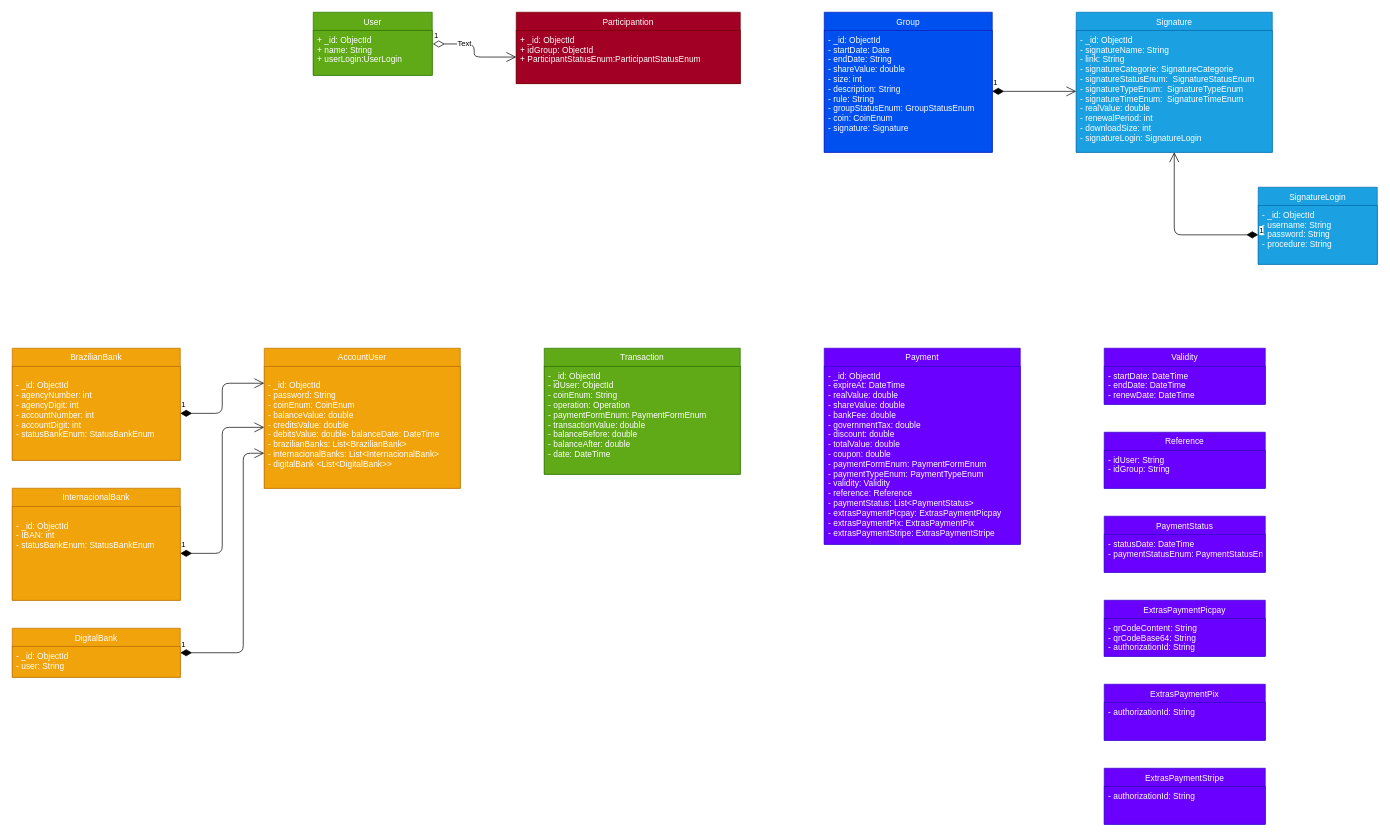
The draw.io diagram page "Mongo" (4 of 5) of Untitled Diagram.drawio in hoiama/UML, before the edit. Source tidied: cells renumbered, new cells numbered last; positions are measured from the earlier drawing's top-left corner, leaving out a move shared by most shapes. Both pictures are drawn from the tidied source at 70%, with x=0, y=0 at pixel (12, 12).
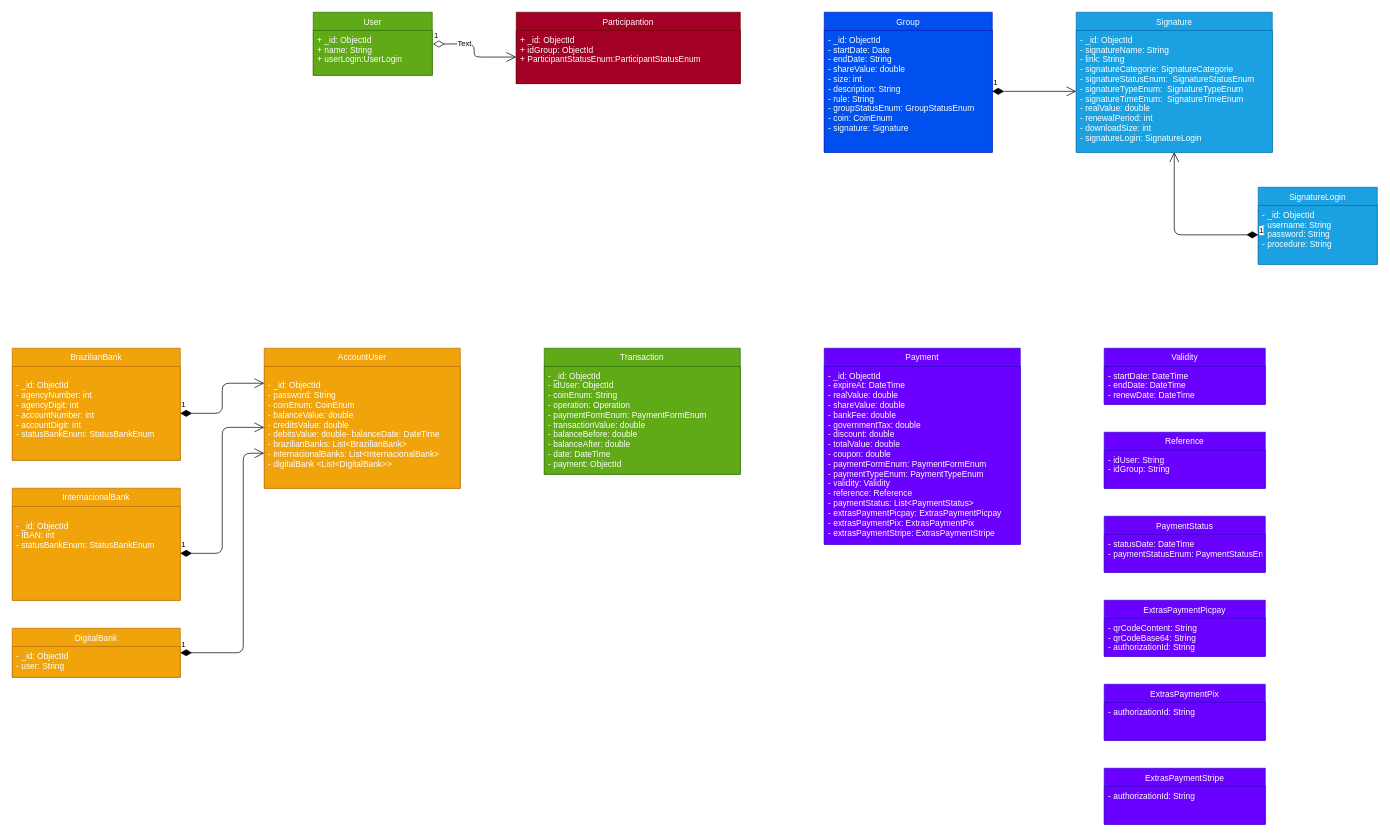
The same diagram, later.

Unchanged cells that the change refers to:
```xml
<mxCell id="41" value="Transaction" style="swimlane;fontStyle=0;horizontal=1;startSize=26;fillColor=#60a917;strokeColor=#2D7600;fontColor=#ffffff;" parent="1" vertex="1">
  <mxGeometry x="760" y="480" width="280" height="180" as="geometry" />
</mxCell>
```

Diff of the diagram source:
```diff
@@
-    <mxCell id="42" value="- _id: ObjectId&#10;- idUser: ObjectId&#10;- coinEnum: String&#10;- operation: Operation&#10;- paymentFormEnum: PaymentFormEnum&#10;- transactionValue: double&#10;- balanceBefore: double&#10;- balanceAfter: double&#10;- date: DateTime&#10;" style="text;strokeColor=#2D7600;fillColor=#60a917;align=left;verticalAlign=top;spacingLeft=4;spacingRight=4;overflow=hidden;fontColor=#ffffff;" parent="41" vertex="1">
+    <mxCell id="42" value="- _id: ObjectId&#10;- idUser: ObjectId&#10;- coinEnum: String&#10;- operation: Operation&#10;- paymentFormEnum: PaymentFormEnum&#10;- transactionValue: double&#10;- balanceBefore: double&#10;- balanceAfter: double&#10;- date: DateTime&#10;- payment: ObjectId&#10;&#10;" style="text;strokeColor=#2D7600;fillColor=#60a917;align=left;verticalAlign=top;spacingLeft=4;spacingRight=4;overflow=hidden;fontColor=#ffffff;" parent="41" vertex="1">
       <mxGeometry y="26" width="280" height="154" as="geometry" />
     </mxCell>
```
